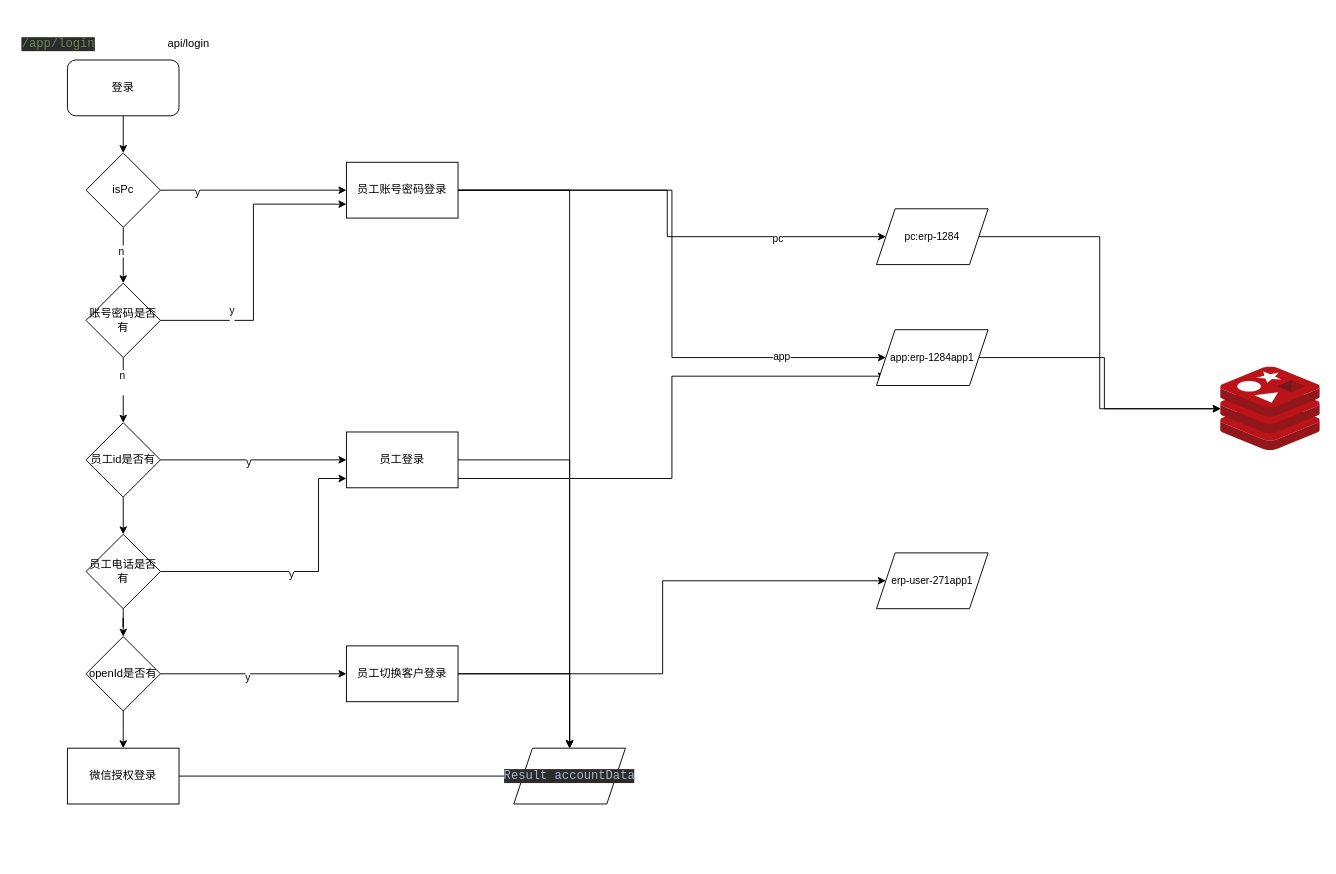
Before: erp_流程图.drawio in qi-hao-jishi/draw, a draw.io diagram. Source tidied: cells renumbered, new cells numbered last; positions are measured from the earlier drawing's top-left corner, leaving out a move shared by most shapes. Both pictures are drawn from the tidied source at 93%, with x=0, y=0 at pixel (16, 16).
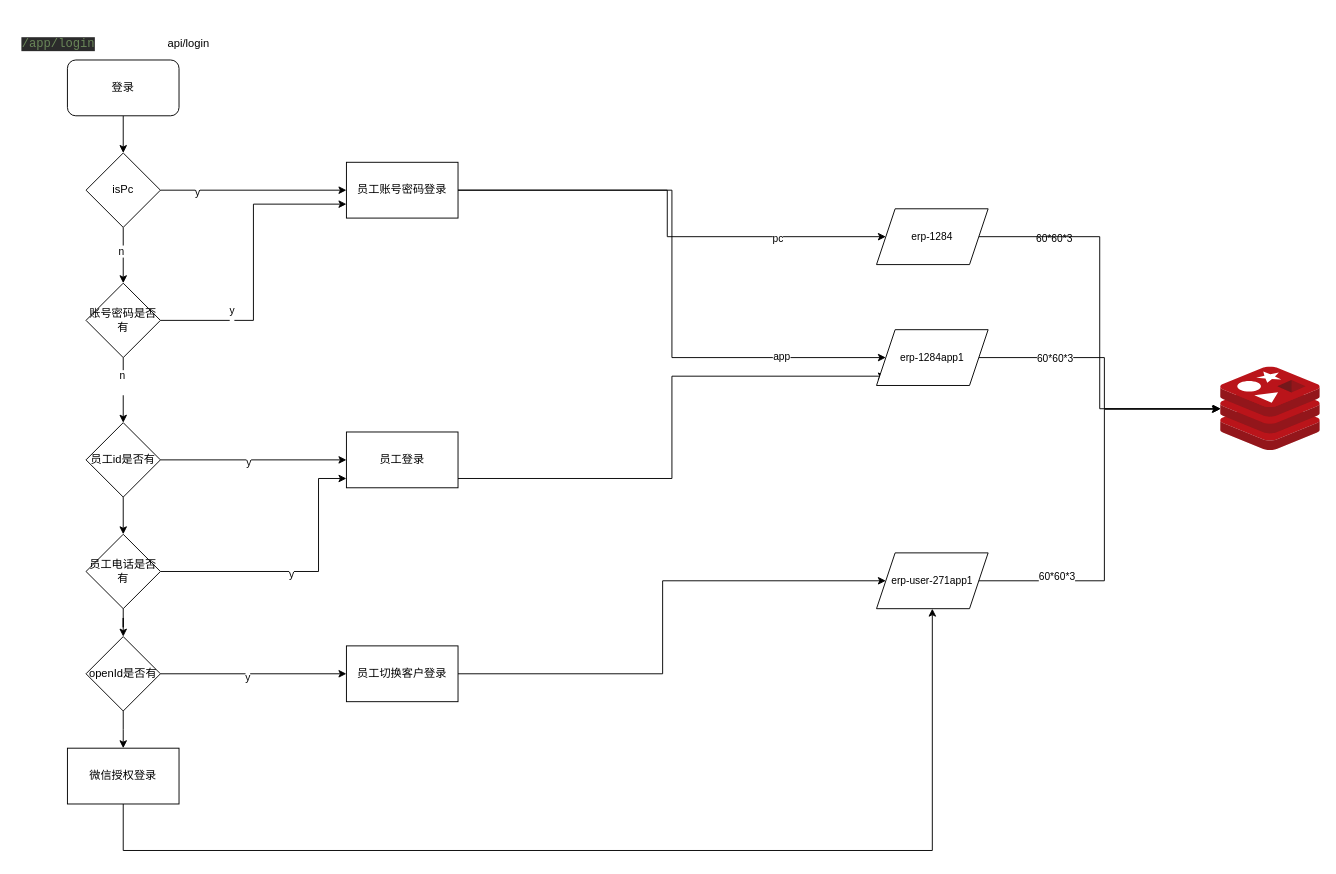
The same diagram, later.

Commit message:
更新erp_流程图.drawio

The change refers to these unchanged cells:
```xml
<mxCell id="5" style="edgeStyle=orthogonalEdgeStyle;rounded=0;jettySize=auto;html=1;entryX=0;entryY=0.5;entryDx=0;entryDy=0;" parent="1" edge="1" source="9" target="47">
  <mxGeometry relative="1" as="geometry" />
</mxCell>
<mxCell id="9" value="员工账号密码登录" style="rounded=0;whiteSpace=wrap;html=1;" parent="1" vertex="1">
  <mxGeometry x="355" y="157" width="120" height="60" as="geometry" />
</mxCell>
<mxCell id="28" value="员工登录" style="rounded=0;whiteSpace=wrap;html=1;" parent="1" vertex="1">
  <mxGeometry x="355" y="447" width="120" height="60" as="geometry" />
</mxCell>
<mxCell id="35" value="员工切换客户登录" style="rounded=0;whiteSpace=wrap;html=1;" parent="1" vertex="1">
  <mxGeometry x="355" y="677" width="120" height="60" as="geometry" />
</mxCell>
<mxCell id="41" value="微信授权登录" style="rounded=0;whiteSpace=wrap;html=1;" parent="1" vertex="1">
  <mxGeometry x="55" y="787" width="120" height="60" as="geometry" />
</mxCell>
<mxCell id="43" style="image;sketch=0;html=1;points=[];align=center;fontSize=12;image=img/lib/mscae/Cache_Redis_Product.svg;" parent="1" vertex="1">
  <mxGeometry x="1295" y="377" width="107.1" height="90" as="geometry" />
</mxCell>
<mxCell id="48" value="&lt;span style=&quot;font-size: 11px; text-wrap: nowrap;&quot;&gt;erp-user-271app1&lt;/span&gt;" style="shape=parallelogram;perimeter=parallelogramPerimeter;whiteSpace=wrap;html=1;fixedSize=1;" parent="1" vertex="1">
  <mxGeometry x="925" y="577" width="120" height="60" as="geometry" />
</mxCell>
```

The edit, as a diff of the source:
```diff
@@
-    <mxCell id="4" style="edgeStyle=orthogonalEdgeStyle;rounded=0;jettySize=auto;html=1;entryX=0.5;entryY=0;entryDx=0;entryDy=0;" parent="1" edge="1" source="9" target="42">
-      <mxGeometry relative="1" as="geometry" />
-    </mxCell>
@@
+    <mxCell id="49" value="60*60*3" style="edgeLabel;html=1;align=center;verticalAlign=middle;" parent="5" vertex="1">
+      <mxGeometry x="0.29" y="-1" relative="1" as="geometry">
+        <mxPoint x="361" as="offset" />
+      </mxGeometry>
+    </mxCell>
@@
-    <mxCell id="26" style="edgeStyle=orthogonalEdgeStyle;rounded=0;jettySize=auto;html=1;entryX=0.5;entryY=0;entryDx=0;entryDy=0;" parent="1" edge="1" source="28" target="42">
-      <mxGeometry relative="1" as="geometry" />
-    </mxCell>
@@
-    <mxCell id="33" style="edgeStyle=orthogonalEdgeStyle;rounded=0;jettySize=auto;html=1;" parent="1" edge="1" source="35" target="42">
-      <mxGeometry relative="1" as="geometry" />
-    </mxCell>
@@
-    <mxCell id="40" style="edgeStyle=orthogonalEdgeStyle;rounded=0;jettySize=auto;html=1;" parent="1" edge="1" source="41" target="42">
-      <mxGeometry relative="1" as="geometry" />
-    </mxCell>
+    <mxCell id="50" style="edgeStyle=orthogonalEdgeStyle;rounded=0;jettySize=auto;html=1;" parent="1" edge="1" source="41" target="48">
+      <mxGeometry relative="1" as="geometry">
+        <Array as="points">
+          <mxPoint x="115" y="897" />
+          <mxPoint x="985" y="897" />
+        </Array>
+      </mxGeometry>
+    </mxCell>
@@
-    <mxCell id="42" value="&lt;pre style=&quot;background-color:#2b2b2b;color:#a9b7c6;font-family:'JetBrains Mono',monospace;font-size:9.8pt;&quot;&gt;Result accountData&lt;/pre&gt;" style="shape=parallelogram;perimeter=parallelogramPerimeter;whiteSpace=wrap;html=1;fixedSize=1;" parent="1" vertex="1">
-      <mxGeometry x="535" y="787" width="120" height="60" as="geometry" />
-    </mxCell>
@@
-    <mxCell id="45" value="&lt;span style=&quot;font-size: 11px; text-wrap: nowrap; background-color: rgb(255, 255, 255);&quot;&gt;app:erp-1284app1&lt;/span&gt;" style="shape=parallelogram;perimeter=parallelogramPerimeter;whiteSpace=wrap;html=1;fixedSize=1;" parent="1" vertex="1">
+    <mxCell id="45" value="&lt;span style=&quot;font-size: 11px; text-wrap: nowrap; background-color: rgb(255, 255, 255);&quot;&gt;erp-1284app1&lt;/span&gt;" style="shape=parallelogram;perimeter=parallelogramPerimeter;whiteSpace=wrap;html=1;fixedSize=1;" parent="1" vertex="1">
       <mxGeometry x="925" y="337" width="120" height="60" as="geometry" />
     </mxCell>
@@
-    <mxCell id="47" value="&lt;span style=&quot;font-size: 11px; text-wrap: nowrap; background-color: rgb(255, 255, 255);&quot;&gt;pc:erp-1284&lt;/span&gt;" style="shape=parallelogram;perimeter=parallelogramPerimeter;whiteSpace=wrap;html=1;fixedSize=1;" parent="1" vertex="1">
+    <mxCell id="47" value="&lt;span style=&quot;font-size: 11px; text-wrap: nowrap; background-color: rgb(255, 255, 255);&quot;&gt;erp-1284&lt;/span&gt;" style="shape=parallelogram;perimeter=parallelogramPerimeter;whiteSpace=wrap;html=1;fixedSize=1;" parent="1" vertex="1">
       <mxGeometry x="925" y="207" width="120" height="60" as="geometry" />
     </mxCell>
@@
+    <mxCell id="51" style="edgeStyle=orthogonalEdgeStyle;rounded=0;jettySize=auto;html=1;entryX=-0.009;entryY=0.506;entryDx=0;entryDy=0;entryPerimeter=0;" parent="1" edge="1" source="48" target="43">
+      <mxGeometry relative="1" as="geometry" />
+    </mxCell>
+    <mxCell id="52" value="60*60*3" style="edgeLabel;html=1;align=center;verticalAlign=middle;" parent="1" vertex="1">
+      <mxGeometry x="1116" y="367" as="geometry" />
+    </mxCell>
+    <mxCell id="53" value="60*60*3" style="edgeLabel;html=1;align=center;verticalAlign=middle;" parent="1" vertex="1">
+      <mxGeometry x="1145" y="457" as="geometry">
+        <mxPoint x="-27" y="145" as="offset" />
+      </mxGeometry>
+    </mxCell>
```
